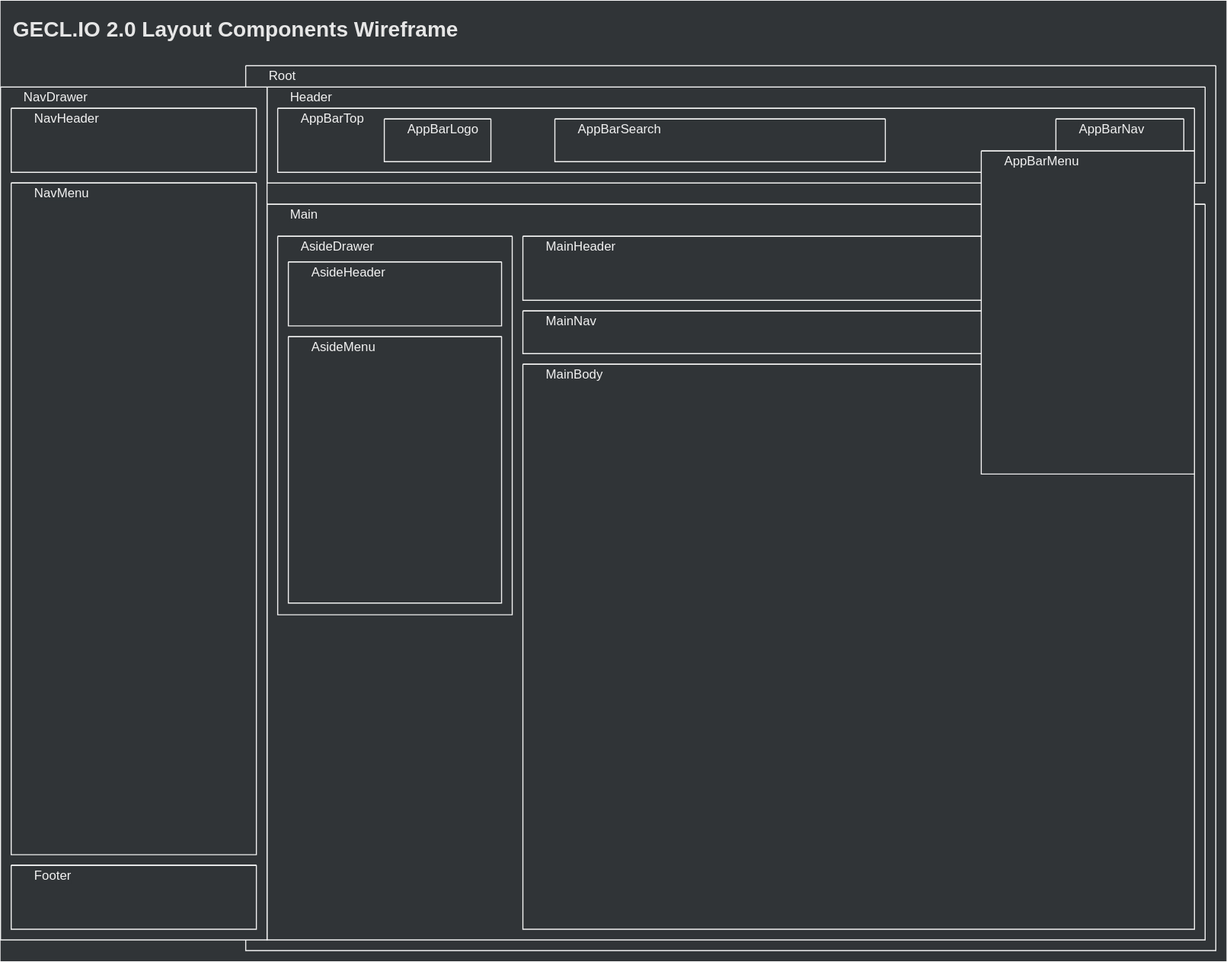
The draw.io diagram assets/.draw.io/documents/geclio2-wireframe-layout.svg in jiholee-ntwglobal/jiholee-ntwglobal.github.io, before a commit. Source tidied: cells renumbered, new cells last; positions are measured from the earlier drawing's top-left corner, leaving out a move shared by most shapes.
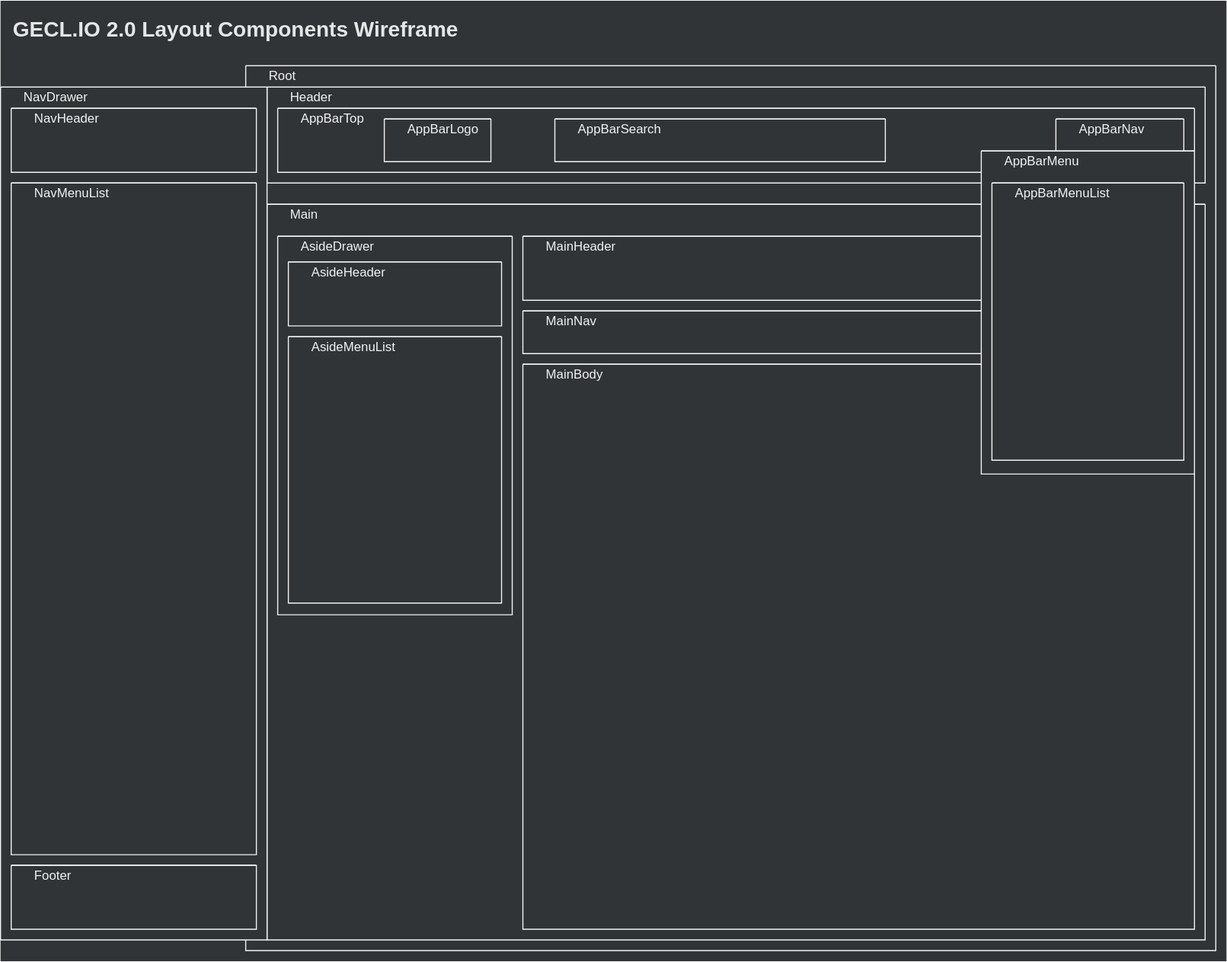
Later version of the same file.

Diff of the diagram source:
```diff
@@ -60,7 +60,7 @@
     <mxCell id="21" style="swimlane;startSize=0;fillColor=none;strokeColor=#F2F2F2;fontColor=#F2F2F2;" parent="17" vertex="1">
       <mxGeometry x="10" y="90" width="230" height="630" as="geometry" />
     </mxCell>
-    <mxCell id="22" value="&lt;span style=&quot;background-color: rgb(48 , 52 , 55)&quot;&gt;&lt;font color=&quot;#f2f2f2&quot;&gt;NavMenu&lt;/font&gt;&lt;/span&gt;" style="text;html=1;strokeColor=none;fillColor=none;align=left;verticalAlign=middle;whiteSpace=wrap;rounded=0;spacingLeft=20;" parent="21" vertex="1">
+    <mxCell id="22" value="&lt;span style=&quot;background-color: rgb(48 , 52 , 55)&quot;&gt;&lt;font color=&quot;#f2f2f2&quot;&gt;NavMenuList&lt;/font&gt;&lt;/span&gt;" style="text;html=1;strokeColor=none;fillColor=none;align=left;verticalAlign=middle;whiteSpace=wrap;rounded=0;spacingLeft=20;" parent="21" vertex="1">
       <mxGeometry width="110" height="20" as="geometry" />
     </mxCell>
     <mxCell id="23" style="swimlane;startSize=0;fillColor=none;strokeColor=#F2F2F2;fontColor=#F2F2F2;" parent="17" vertex="1">
@@ -96,7 +96,7 @@
     <mxCell id="33" style="swimlane;startSize=0;fillColor=none;strokeColor=#F2F2F2;fontColor=#F2F2F2;" parent="3" vertex="1">
       <mxGeometry x="270" y="315" width="200" height="250" as="geometry" />
     </mxCell>
-    <mxCell id="34" value="&lt;span style=&quot;background-color: rgb(48 , 52 , 55)&quot;&gt;&lt;font color=&quot;#f2f2f2&quot;&gt;AsideMenu&lt;/font&gt;&lt;/span&gt;" style="text;html=1;strokeColor=none;fillColor=none;align=left;verticalAlign=middle;whiteSpace=wrap;rounded=0;spacingLeft=20;" parent="33" vertex="1">
+    <mxCell id="34" value="&lt;span style=&quot;background-color: rgb(48 , 52 , 55)&quot;&gt;&lt;font color=&quot;#f2f2f2&quot;&gt;AsideMenuList&lt;/font&gt;&lt;/span&gt;" style="text;html=1;strokeColor=none;fillColor=none;align=left;verticalAlign=middle;whiteSpace=wrap;rounded=0;spacingLeft=20;" parent="33" vertex="1">
       <mxGeometry width="110" height="20" as="geometry" />
     </mxCell>
     <mxCell id="35" style="swimlane;startSize=0;fillColor=none;strokeColor=#F2F2F2;fontColor=#F2F2F2;" parent="3" vertex="1">
@@ -117,5 +117,11 @@
     <mxCell id="40" value="&lt;font color=&quot;#f2f2f2&quot; style=&quot;background-color: rgb(48 , 52 , 55)&quot;&gt;AppBarMenu&lt;/font&gt;" style="text;html=1;strokeColor=none;fillColor=none;align=left;verticalAlign=middle;whiteSpace=wrap;rounded=0;spacingLeft=20;" parent="39" vertex="1">
       <mxGeometry width="110" height="20" as="geometry" />
     </mxCell>
+    <mxCell id="41" style="swimlane;startSize=0;fillColor=none;strokeColor=#F2F2F2;fontColor=#F2F2F2;" parent="3" vertex="1">
+      <mxGeometry x="930" y="171" width="180" height="260" as="geometry" />
+    </mxCell>
+    <mxCell id="42" value="&lt;span style=&quot;background-color: rgb(48 , 52 , 55)&quot;&gt;&lt;font color=&quot;#f2f2f2&quot;&gt;AppBarMenuList&lt;/font&gt;&lt;/span&gt;" style="text;html=1;strokeColor=none;fillColor=none;align=left;verticalAlign=middle;whiteSpace=wrap;rounded=0;spacingLeft=20;" parent="41" vertex="1">
+      <mxGeometry width="110" height="20" as="geometry" />
+    </mxCell>
   </root>
 </mxGraphModel>
```
